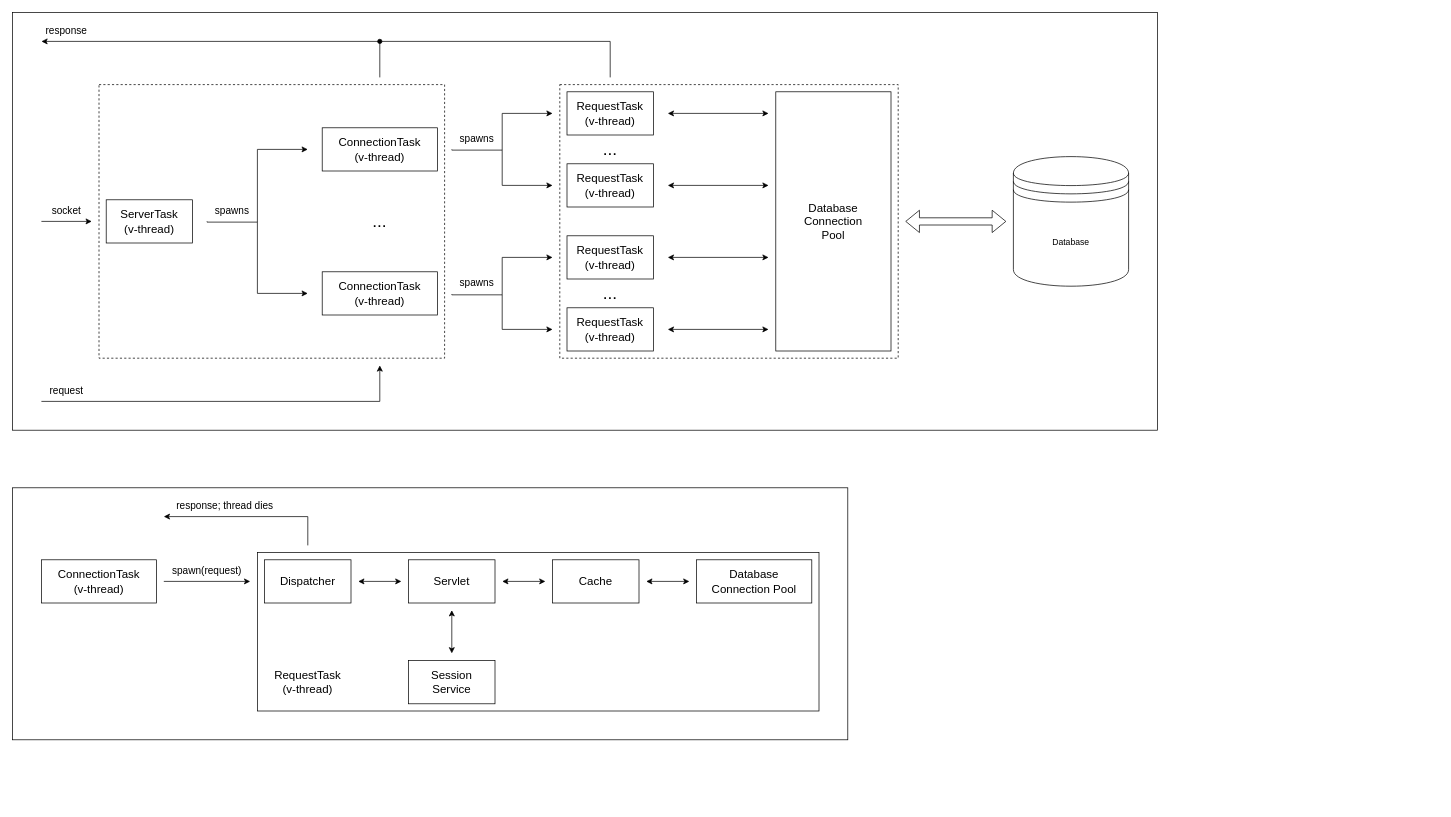
Before: page "Backend" (2 of 2) of ER.drawio in Clamentos/ProjectBlackhole, a draw.io diagram. Source tidied: cells renumbered, new cells numbered last; positions are measured from the earlier drawing's top-left corner, leaving out a move shared by most shapes. Both pictures are drawn from the tidied source at 72%, with x=0, y=0 at pixel (12, 12).
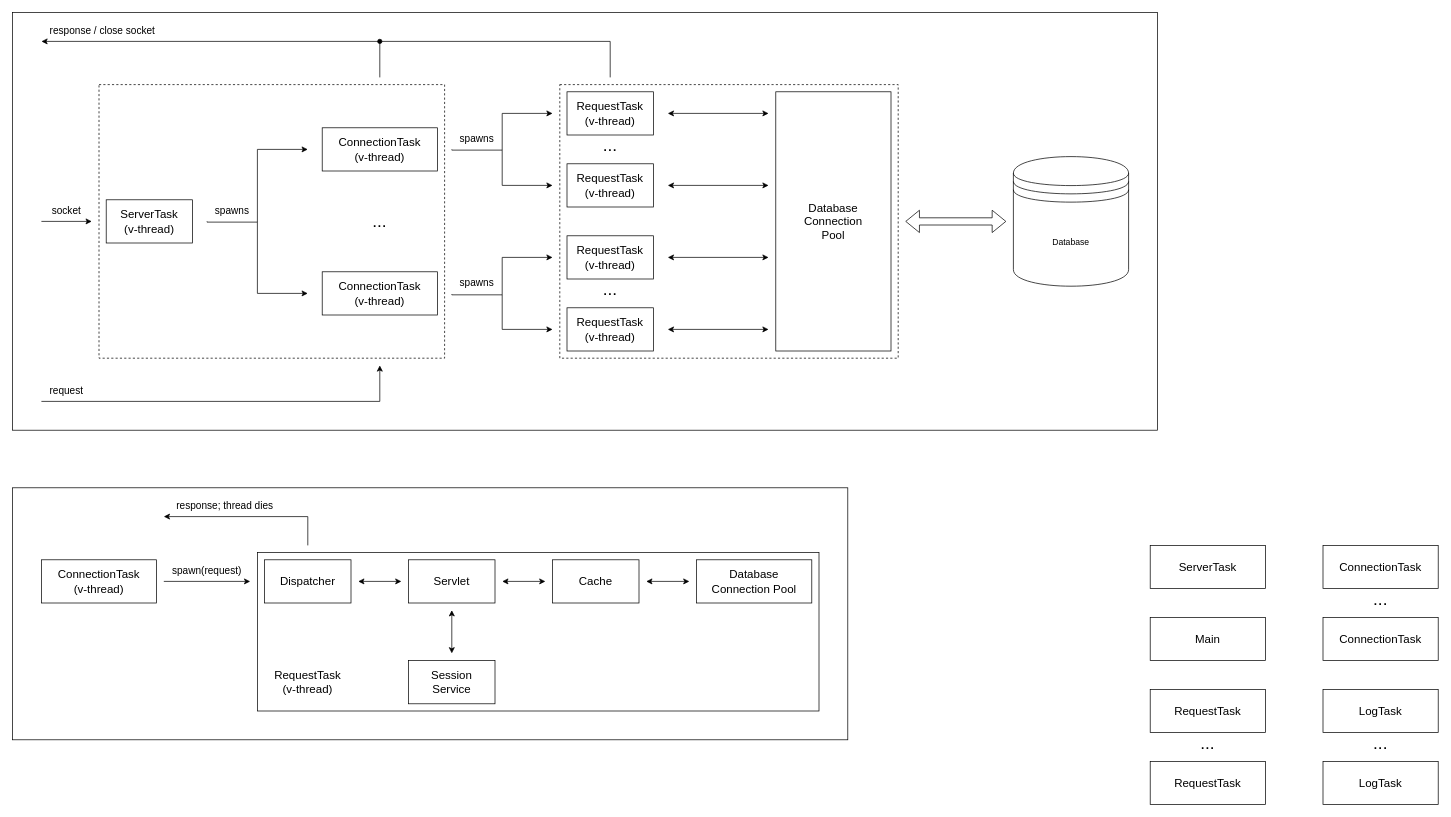
The same page after the edit.

Change to the diagram source:
```diff
@@
     <mxCell id="31" value="&lt;span style=&quot;font-size: 24px;&quot;&gt;...&lt;/span&gt;" style="text;html=1;strokeColor=none;fillColor=none;align=center;verticalAlign=middle;whiteSpace=wrap;rounded=0;fontSize=24;" parent="1" vertex="1">
-      <mxGeometry x="800" y="170" width="60" height="40" as="geometry" />
+      <mxGeometry x="800" y="170" width="60" height="30" as="geometry" />
     </mxCell>
     <mxCell id="32" value="&lt;span style=&quot;font-size: 24px;&quot;&gt;...&lt;/span&gt;" style="text;html=1;strokeColor=none;fillColor=none;align=center;verticalAlign=middle;whiteSpace=wrap;rounded=0;fontSize=24;" parent="1" vertex="1">
-      <mxGeometry x="800" y="370" width="60" height="40" as="geometry" />
+      <mxGeometry x="800" y="370" width="60" height="30" as="geometry" />
     </mxCell>
@@
-    <mxCell id="39" value="&lt;span style=&quot;font-size: 14px;&quot;&gt;response&lt;/span&gt;" style="text;html=1;strokeColor=none;fillColor=none;align=center;verticalAlign=middle;whiteSpace=wrap;rounded=0;fontSize=14;" parent="1" vertex="1">
-      <mxGeometry x="40" y="10" width="70" height="30" as="geometry" />
+    <mxCell id="39" value="&lt;span style=&quot;font-size: 14px;&quot;&gt;response / close socket&lt;/span&gt;" style="text;html=1;strokeColor=none;fillColor=none;align=center;verticalAlign=middle;whiteSpace=wrap;rounded=0;fontSize=14;" parent="1" vertex="1">
+      <mxGeometry x="40" y="10" width="170" height="30" as="geometry" />
     </mxCell>
@@
+    <mxCell id="55" value="ServerTask" style="rounded=0;whiteSpace=wrap;html=1;fontSize=16;fillColor=none;" parent="1" vertex="1">
+      <mxGeometry x="1580" y="740" width="160" height="60" as="geometry" />
+    </mxCell>
+    <mxCell id="56" value="ConnectionTask" style="rounded=0;whiteSpace=wrap;html=1;fontSize=16;fillColor=none;" parent="1" vertex="1">
+      <mxGeometry x="1820" y="740" width="160" height="60" as="geometry" />
+    </mxCell>
+    <mxCell id="57" value="ConnectionTask" style="rounded=0;whiteSpace=wrap;html=1;fontSize=16;fillColor=none;" parent="1" vertex="1">
+      <mxGeometry x="1820" y="840" width="160" height="60" as="geometry" />
+    </mxCell>
+    <mxCell id="58" value="&lt;span style=&quot;font-size: 24px;&quot;&gt;...&lt;/span&gt;" style="text;html=1;strokeColor=none;fillColor=none;align=center;verticalAlign=middle;whiteSpace=wrap;rounded=0;fontSize=24;" parent="1" vertex="1">
+      <mxGeometry x="1870" y="800" width="60" height="30" as="geometry" />
+    </mxCell>
+    <mxCell id="59" value="RequestTask" style="rounded=0;whiteSpace=wrap;html=1;fontSize=16;fillColor=none;" parent="1" vertex="1">
+      <mxGeometry x="1580" y="940" width="160" height="60" as="geometry" />
+    </mxCell>
+    <mxCell id="60" value="RequestTask" style="rounded=0;whiteSpace=wrap;html=1;fontSize=16;fillColor=none;" parent="1" vertex="1">
+      <mxGeometry x="1580" y="1040" width="160" height="60" as="geometry" />
+    </mxCell>
+    <mxCell id="61" value="&lt;span style=&quot;font-size: 24px;&quot;&gt;...&lt;/span&gt;" style="text;html=1;strokeColor=none;fillColor=none;align=center;verticalAlign=middle;whiteSpace=wrap;rounded=0;fontSize=24;" parent="1" vertex="1">
+      <mxGeometry x="1630" y="1000" width="60" height="30" as="geometry" />
+    </mxCell>
+    <mxCell id="62" value="Main" style="rounded=0;whiteSpace=wrap;html=1;fontSize=16;fillColor=none;" parent="1" vertex="1">
+      <mxGeometry x="1580" y="840" width="160" height="60" as="geometry" />
+    </mxCell>
+    <mxCell id="63" value="LogTask" style="rounded=0;whiteSpace=wrap;html=1;fontSize=16;fillColor=none;" parent="1" vertex="1">
+      <mxGeometry x="1820" y="940" width="160" height="60" as="geometry" />
+    </mxCell>
+    <mxCell id="64" value="LogTask" style="rounded=0;whiteSpace=wrap;html=1;fontSize=16;fillColor=none;" parent="1" vertex="1">
+      <mxGeometry x="1820" y="1040" width="160" height="60" as="geometry" />
+    </mxCell>
+    <mxCell id="65" value="&lt;span style=&quot;font-size: 24px;&quot;&gt;...&lt;/span&gt;" style="text;html=1;strokeColor=none;fillColor=none;align=center;verticalAlign=middle;whiteSpace=wrap;rounded=0;fontSize=24;" parent="1" vertex="1">
+      <mxGeometry x="1870" y="1000" width="60" height="30" as="geometry" />
+    </mxCell>
```
